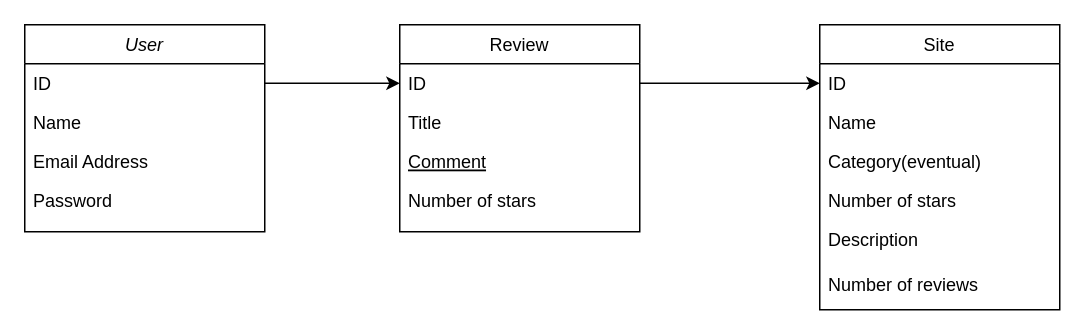
Before: ClassDiagram.drawio in ParvanAndrei/ReviewChan, a draw.io diagram. Source tidied: cells renumbered, new cells numbered last; positions are measured from the earlier drawing's top-left corner, leaving out a move shared by most shapes. Both pictures are drawn from the tidied source at 150%, with x=0, y=0 at pixel (24, 24).
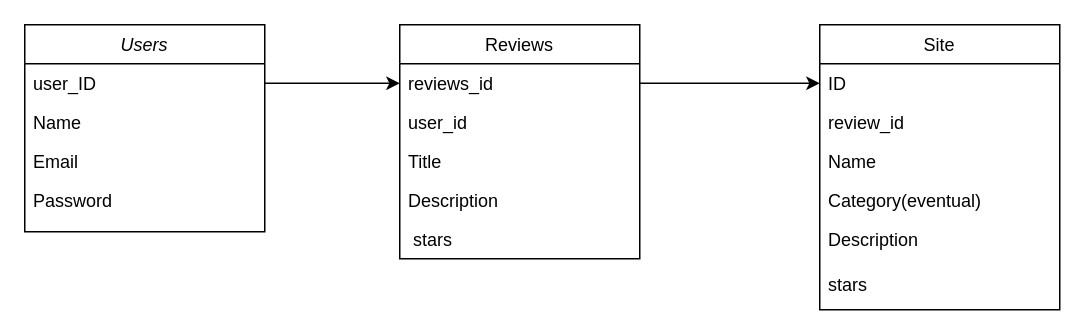
After the change.

Commit message:
modify class diagram

The change refers to these unchanged cells:
```xml
<mxCell id="12" value="Site" style="swimlane;fontStyle=0;align=center;verticalAlign=top;horizontal=1;startSize=26;rounded=0;shadow=0;strokeWidth=1;" parent="1" vertex="1">
  <mxGeometry x="530" width="160" height="190" as="geometry" />
</mxCell>
```

The edit, as a diff of the source:
```diff
@@
-    <mxCell id="2" value="User" style="swimlane;fontStyle=2;align=center;verticalAlign=top;horizontal=1;startSize=26;rounded=0;shadow=0;strokeWidth=1;" parent="1" vertex="1">
+    <mxCell id="2" value="Users" style="swimlane;fontStyle=2;align=center;verticalAlign=top;horizontal=1;startSize=26;rounded=0;shadow=0;strokeWidth=1;" parent="1" vertex="1">
       <mxGeometry width="160" height="138" as="geometry" />
     </mxCell>
-    <mxCell id="3" value="ID" style="text;align=left;verticalAlign=top;spacingLeft=4;spacingRight=4;overflow=hidden;points=[[0,0.5],[1,0.5]];portConstraint=eastwest;" parent="2" vertex="1">
+    <mxCell id="3" value="user_ID" style="text;align=left;verticalAlign=top;spacingLeft=4;spacingRight=4;overflow=hidden;points=[[0,0.5],[1,0.5]];portConstraint=eastwest;" parent="2" vertex="1">
       <mxGeometry y="26" width="160" height="26" as="geometry" />
     </mxCell>
@@
-    <mxCell id="5" value="Email Address" style="text;align=left;verticalAlign=top;spacingLeft=4;spacingRight=4;overflow=hidden;rounded=0;shadow=0;html=0;" parent="2" vertex="1">
+    <mxCell id="5" value="Email " style="text;align=left;verticalAlign=top;spacingLeft=4;spacingRight=4;overflow=hidden;rounded=0;shadow=0;html=0;" parent="2" vertex="1">
       <mxGeometry y="78" width="160" height="26" as="geometry" />
     </mxCell>
@@
-    <mxCell id="7" value="Review" style="swimlane;fontStyle=0;align=center;verticalAlign=top;horizontal=1;startSize=26;rounded=0;shadow=0;strokeWidth=1;" parent="1" vertex="1">
-      <mxGeometry x="250" width="160" height="138" as="geometry" />
+    <mxCell id="7" value="Reviews" style="swimlane;fontStyle=0;align=center;verticalAlign=top;horizontal=1;startSize=26;rounded=0;shadow=0;strokeWidth=1;" parent="1" vertex="1">
+      <mxGeometry x="250" width="160" height="156" as="geometry" />
     </mxCell>
-    <mxCell id="8" value="ID" style="text;align=left;verticalAlign=top;spacingLeft=4;spacingRight=4;overflow=hidden;points=[[0,0.5],[1,0.5]];portConstraint=eastwest;" parent="7" vertex="1">
+    <mxCell id="8" value="reviews_id" style="text;align=left;verticalAlign=top;spacingLeft=4;spacingRight=4;overflow=hidden;points=[[0,0.5],[1,0.5]];portConstraint=eastwest;" parent="7" vertex="1">
       <mxGeometry y="26" width="160" height="26" as="geometry" />
     </mxCell>
+    <mxCell id="21" value="user_id" style="text;align=left;verticalAlign=top;spacingLeft=4;spacingRight=4;overflow=hidden;" parent="7" vertex="1">
+      <mxGeometry y="52" width="160" height="26" as="geometry" />
+    </mxCell>
     <mxCell id="9" value="Title" style="text;align=left;verticalAlign=top;spacingLeft=4;spacingRight=4;overflow=hidden;rounded=0;shadow=0;html=0;" parent="7" vertex="1">
-      <mxGeometry y="52" width="160" height="26" as="geometry" />
+      <mxGeometry y="78" width="160" height="26" as="geometry" />
     </mxCell>
-    <mxCell id="10" value="Comment" style="text;align=left;verticalAlign=top;spacingLeft=4;spacingRight=4;overflow=hidden;fontStyle=4;" parent="7" vertex="1">
-      <mxGeometry y="78" width="160" height="26" as="geometry" />
+    <mxCell id="10" value="Description&#10;" style="text;align=left;verticalAlign=top;spacingLeft=4;spacingRight=4;overflow=hidden;fontStyle=0;" parent="7" vertex="1">
+      <mxGeometry y="104" width="160" height="26" as="geometry" />
     </mxCell>
-    <mxCell id="11" value="Number of stars" style="text;align=left;verticalAlign=top;spacingLeft=4;spacingRight=4;overflow=hidden;" parent="7" vertex="1">
-      <mxGeometry y="104" width="160" height="26" as="geometry" />
+    <mxCell id="11" value=" stars" style="text;align=left;verticalAlign=top;spacingLeft=4;spacingRight=4;overflow=hidden;" parent="7" vertex="1">
+      <mxGeometry y="130" width="160" height="26" as="geometry" />
     </mxCell>
@@
+    <mxCell id="16" value="review_id" style="text;align=left;verticalAlign=top;spacingLeft=4;spacingRight=4;overflow=hidden;rounded=0;shadow=0;html=0;" parent="12" vertex="1">
+      <mxGeometry y="52" width="160" height="26" as="geometry" />
+    </mxCell>
     <mxCell id="14" value="Name" style="text;align=left;verticalAlign=top;spacingLeft=4;spacingRight=4;overflow=hidden;rounded=0;shadow=0;html=0;" parent="12" vertex="1">
-      <mxGeometry y="52" width="160" height="26" as="geometry" />
+      <mxGeometry y="78" width="160" height="26" as="geometry" />
     </mxCell>
     <mxCell id="15" value="Category(eventual)" style="text;align=left;verticalAlign=top;spacingLeft=4;spacingRight=4;overflow=hidden;rounded=0;shadow=0;html=0;" parent="12" vertex="1">
-      <mxGeometry y="78" width="160" height="26" as="geometry" />
+      <mxGeometry y="104" width="160" height="26" as="geometry" />
     </mxCell>
-    <mxCell id="16" value="Number of stars" style="text;align=left;verticalAlign=top;spacingLeft=4;spacingRight=4;overflow=hidden;rounded=0;shadow=0;html=0;" parent="12" vertex="1">
-      <mxGeometry y="104" width="160" height="26" as="geometry" />
-    </mxCell>
@@
-    <mxCell id="18" value="Number of reviews" style="text;align=left;verticalAlign=top;spacingLeft=4;spacingRight=4;overflow=hidden;rounded=0;shadow=0;html=0;" parent="12" vertex="1">
+    <mxCell id="18" value="stars" style="text;align=left;verticalAlign=top;spacingLeft=4;spacingRight=4;overflow=hidden;rounded=0;shadow=0;html=0;" parent="12" vertex="1">
       <mxGeometry y="160" width="160" height="26" as="geometry" />
     </mxCell>
```
